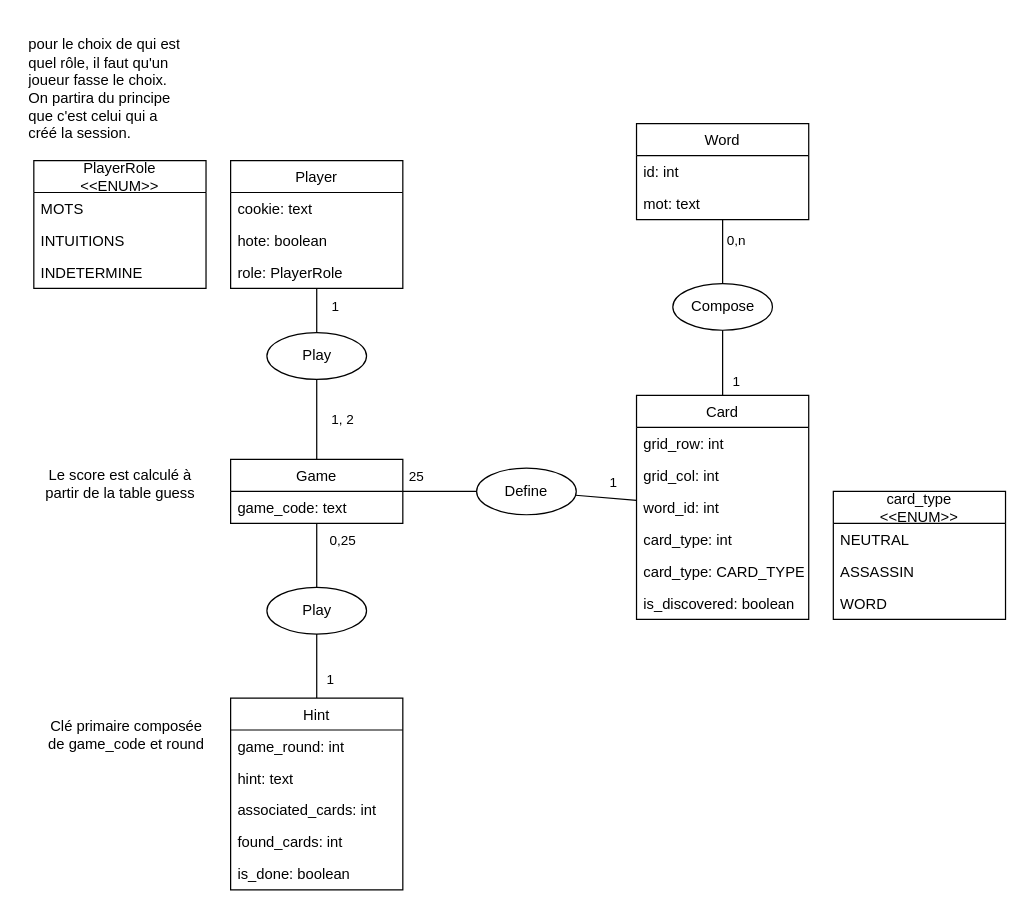
Before: page "entité-relations" (1 of 2) of conception.drawio in ArnoBidet/PolyNames, a draw.io diagram. Source tidied: cells renumbered, new cells numbered last; positions are measured from the earlier drawing's top-left corner, leaving out a move shared by most shapes. Both pictures are drawn from the tidied source at 123%, with x=0, y=0 at pixel (21, 21).
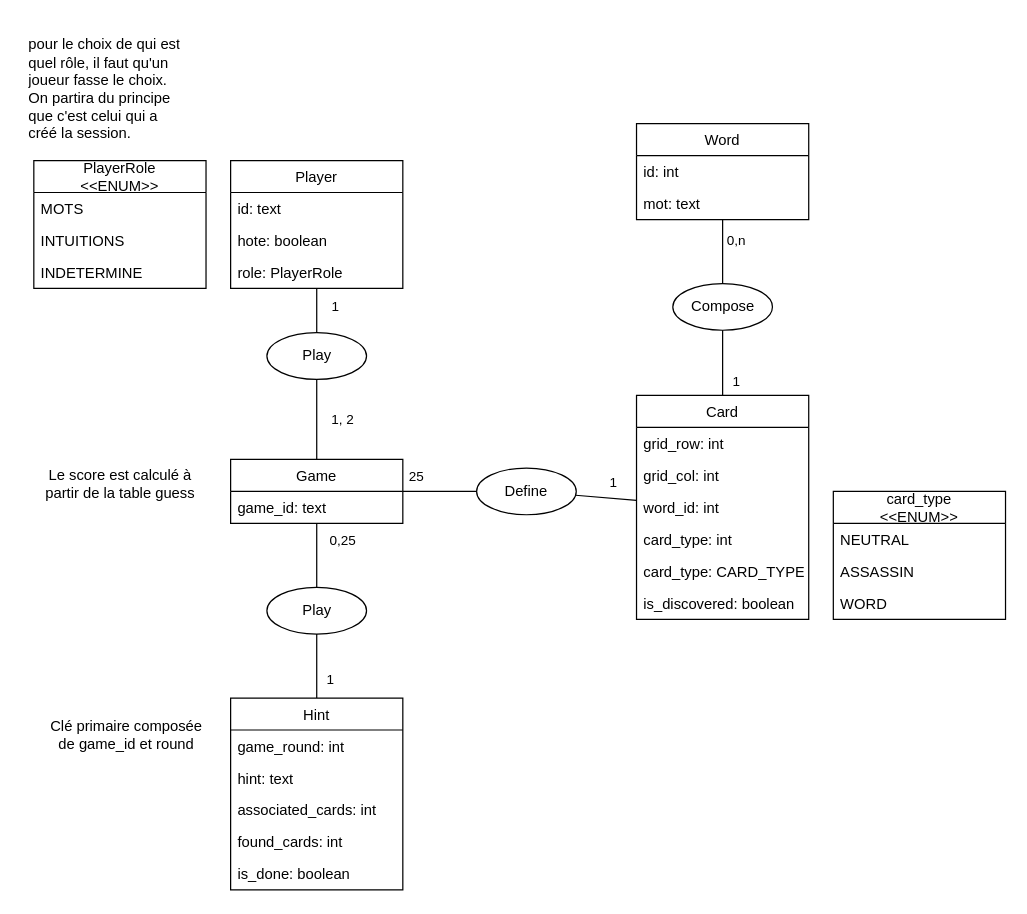
Above is the later version.

Commit message (it also covers changes not shown here):
refactor: Update game-related model classes to use game_id instead of game_code

Unchanged cells that the change refers to:
```xml
<mxCell id="9" value="Player" style="swimlane;fontStyle=0;horizontal=1;startSize=26;fillColor=none;" parent="1" vertex="1">
  <mxGeometry x="170" y="113" width="140" height="104" as="geometry" />
</mxCell>
<mxCell id="13" value="Game" style="swimlane;fontStyle=0;horizontal=1;startSize=26;fillColor=none;" parent="1" vertex="1">
  <mxGeometry x="170" y="356" width="140" height="52" as="geometry" />
</mxCell>
```

The edit, as a diff of the source:
```diff
@@
-    <mxCell id="10" value="cookie: text" style="text;strokeColor=none;fillColor=none;align=left;verticalAlign=top;spacingLeft=4;spacingRight=4;overflow=hidden;" parent="9" vertex="1">
+    <mxCell id="10" value="id: text" style="text;strokeColor=none;fillColor=none;align=left;verticalAlign=top;spacingLeft=4;spacingRight=4;overflow=hidden;" parent="9" vertex="1">
       <mxGeometry y="26" width="140" height="26" as="geometry" />
     </mxCell>
@@
-    <mxCell id="14" value="game_code: text" style="text;strokeColor=none;fillColor=none;align=left;verticalAlign=top;spacingLeft=4;spacingRight=4;overflow=hidden;" parent="13" vertex="1">
+    <mxCell id="14" value="game_id: text" style="text;strokeColor=none;fillColor=none;align=left;verticalAlign=top;spacingLeft=4;spacingRight=4;overflow=hidden;" parent="13" vertex="1">
       <mxGeometry y="26" width="140" height="26" as="geometry" />
     </mxCell>
@@
-    <mxCell id="50" value="Clé primaire composée&lt;br&gt;de game_code et round" style="text;html=1;align=center;verticalAlign=middle;strokeColor=none;fillColor=none;" parent="1" vertex="1">
+    <mxCell id="50" value="Clé primaire composée&lt;br&gt;de game_id et round" style="text;html=1;align=center;verticalAlign=middle;strokeColor=none;fillColor=none;" parent="1" vertex="1">
       <mxGeometry x="10" y="560" width="150" height="40" as="geometry" />
     </mxCell>
```
